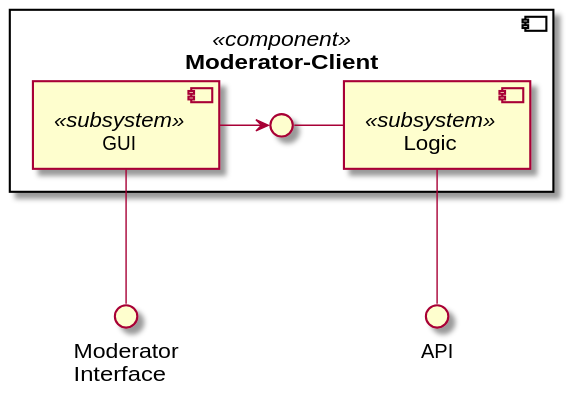
Brotenko/QualityQuest keeps this PlantUML diagram as Docs/Technical Specifications/docs/diagrams/ModeratorClientComponentDiagram.svg. Above is the earlier version.
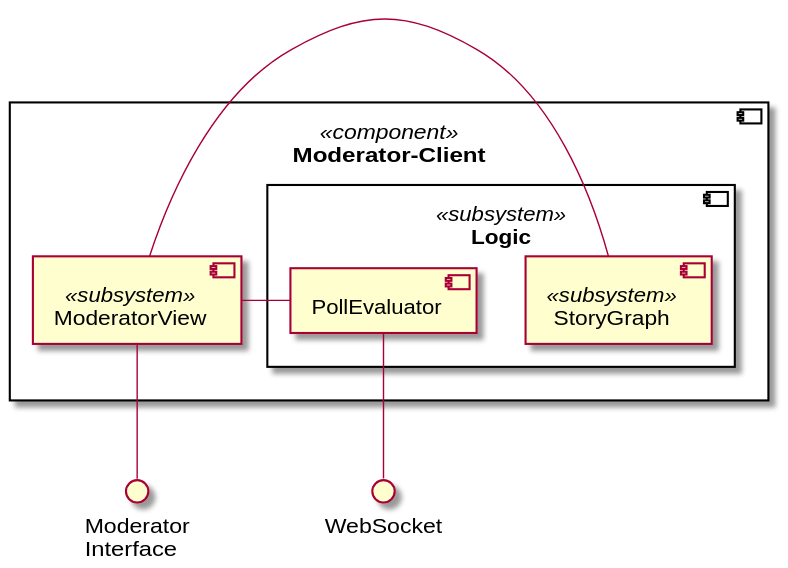
After the change.

The edit, as a diff of the source:
```diff
@@ -1,15 +1,19 @@
 @startuml
 () "Moderator\nInterface" as mi
-() "API"
+() "WebSocket" as API
 
 component "Moderator-Client" <<component>> as ac{
-    [GUI] <<subsystem>>
-    [Logic] <<subsystem>>
-    () " " as empty
+
+    component "Logic" <<subsystem>> as lg {
+        [StoryGraph] <<subsystem>> as sg
+        [PollEvaluator] as pe
+    }
+
+    [ModeratorView] <<subsystem>> as mv
 }
 
-API -up- Logic
-mi -up- GUI
-empty - Logic
-GUI -> empty
+API -up- pe
+mv -right- sg
+mv - pe
+mi -up- mv
 @enduml
```
